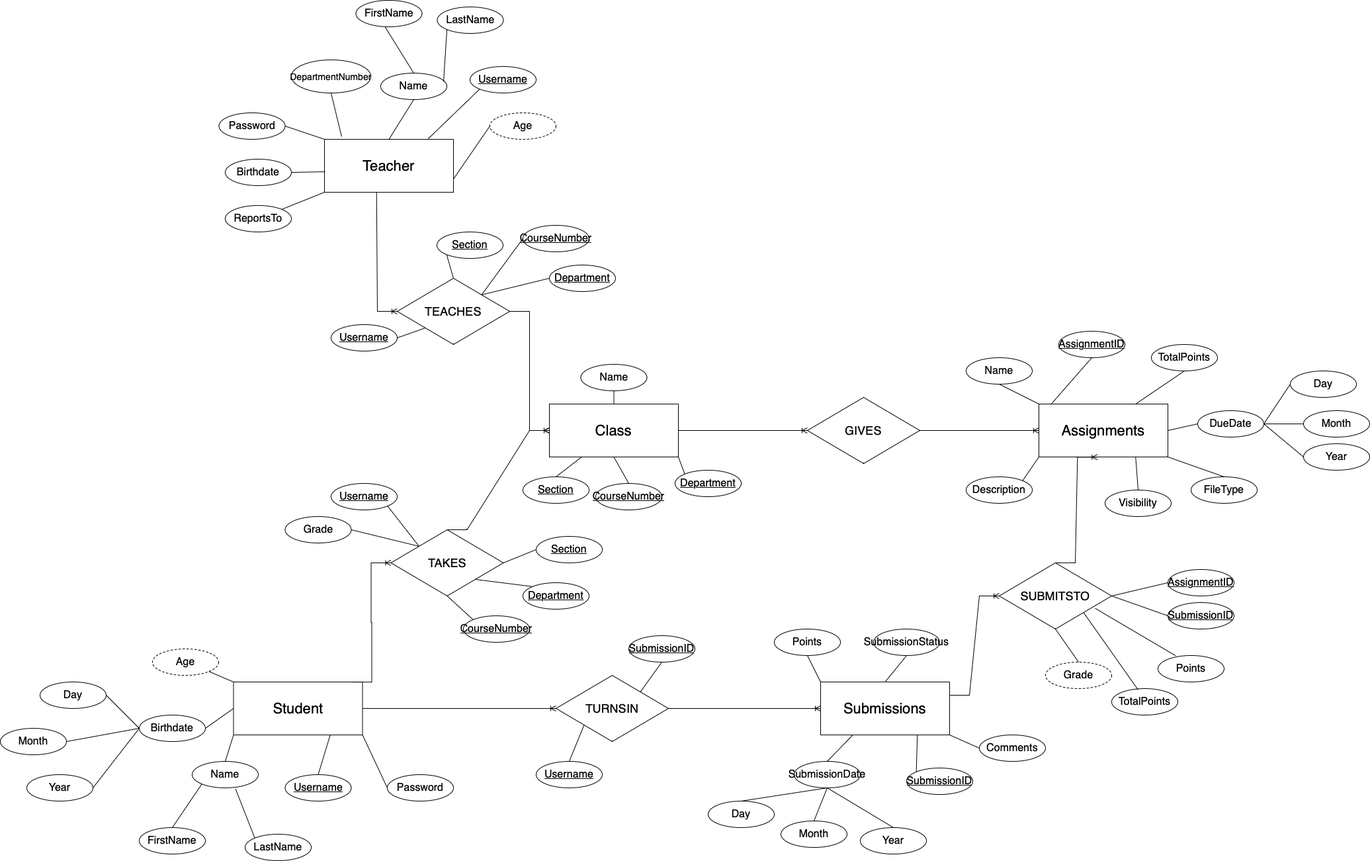
Earlier version of the draw.io export Documentation/erDiagramBenaWiesner.png (bbena99/DB_FP). Source tidied: cells renumbered, new cells last; positions are measured from the earlier drawing's top-left corner, leaving out a move shared by most shapes.
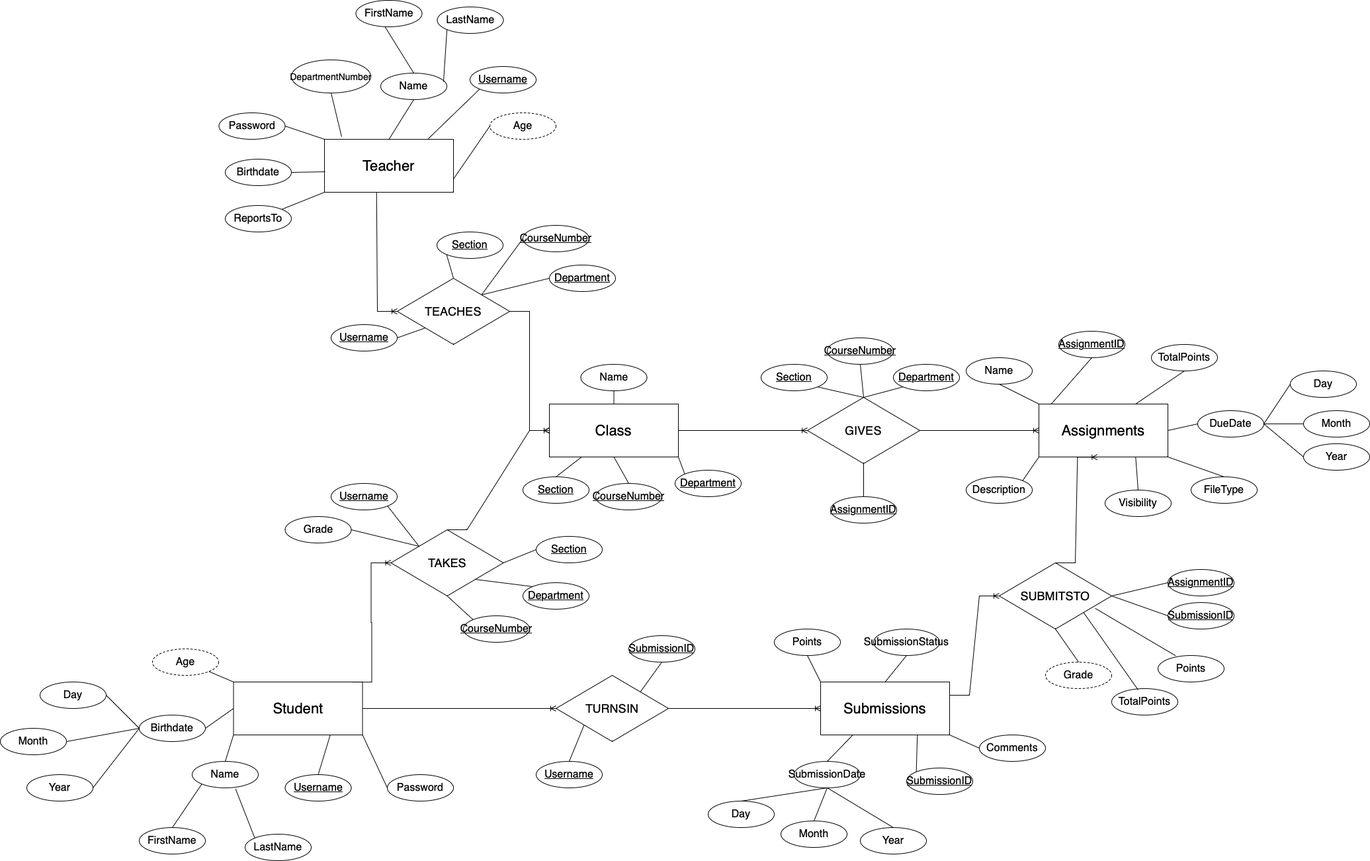
The same diagram one commit later.

Change to the diagram source:
```diff
@@ -419,5 +419,29 @@
     <mxCell id="136" style="endArrow=none;html=1;rounded=0;exitX=1;exitY=0.5;exitDx=0;exitDy=0;entryX=0;entryY=0.5;entryDx=0;entryDy=0;" parent="1" edge="1" source="79" target="133">
       <mxGeometry relative="1" as="geometry" />
     </mxCell>
+    <mxCell id="137" value="&lt;font style=&quot;font-size: 16px;&quot;&gt;Section&lt;/font&gt;" style="ellipse;whiteSpace=wrap;html=1;align=center;fontStyle=4;" parent="1" vertex="1">
+      <mxGeometry x="1150" y="550" width="100" height="40" as="geometry" />
+    </mxCell>
+    <mxCell id="138" value="&lt;font style=&quot;font-size: 16px;&quot;&gt;CourseNumber&lt;/font&gt;" style="ellipse;whiteSpace=wrap;html=1;align=center;fontStyle=4;" parent="1" vertex="1">
+      <mxGeometry x="1250" y="510" width="100" height="40" as="geometry" />
+    </mxCell>
+    <mxCell id="139" value="&lt;font style=&quot;font-size: 16px;&quot;&gt;Department&lt;/font&gt;" style="ellipse;whiteSpace=wrap;html=1;align=center;fontStyle=4;" parent="1" vertex="1">
+      <mxGeometry x="1350" y="550" width="100" height="40" as="geometry" />
+    </mxCell>
+    <mxCell id="140" value="&lt;font style=&quot;font-size: 16px;&quot;&gt;AssignmentID&lt;/font&gt;" style="ellipse;whiteSpace=wrap;html=1;align=center;fontStyle=4;" parent="1" vertex="1">
+      <mxGeometry x="1255" y="750" width="100" height="40" as="geometry" />
+    </mxCell>
+    <mxCell id="141" style="endArrow=none;html=1;rounded=0;exitX=0.5;exitY=1;exitDx=0;exitDy=0;entryX=0.5;entryY=0;entryDx=0;entryDy=0;" parent="1" edge="1" source="30" target="140">
+      <mxGeometry relative="1" as="geometry" />
+    </mxCell>
+    <mxCell id="142" style="endArrow=none;html=1;rounded=0;exitX=1;exitY=1;exitDx=0;exitDy=0;entryX=0.5;entryY=0;entryDx=0;entryDy=0;" parent="1" edge="1" source="137" target="30">
+      <mxGeometry relative="1" as="geometry" />
+    </mxCell>
+    <mxCell id="143" style="endArrow=none;html=1;rounded=0;exitX=0.5;exitY=1;exitDx=0;exitDy=0;entryX=0.5;entryY=0;entryDx=0;entryDy=0;" parent="1" edge="1" source="138" target="30">
+      <mxGeometry relative="1" as="geometry" />
+    </mxCell>
+    <mxCell id="144" style="endArrow=none;html=1;rounded=0;exitX=0;exitY=1;exitDx=0;exitDy=0;entryX=0.5;entryY=0;entryDx=0;entryDy=0;" parent="1" edge="1" source="139" target="30">
+      <mxGeometry relative="1" as="geometry" />
+    </mxCell>
   </root>
 </mxGraphModel>
```
